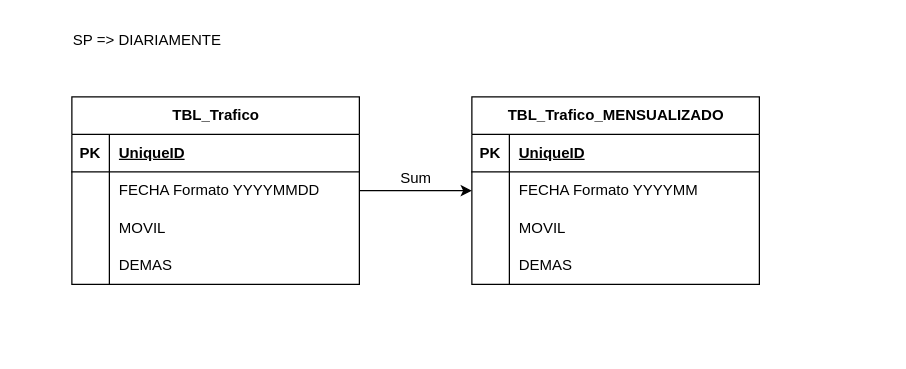
Earlier version of the draw.io diagram TDP_BI_TRAFICO_MOV.drawio (Julio9377/Julio9377). Source tidied: cells renumbered, new cells numbered last; positions are measured from the earlier drawing's top-left corner, leaving out a move shared by most shapes. Both pictures are drawn from the tidied source at 125%, with x=0, y=0 at pixel (59, 21).
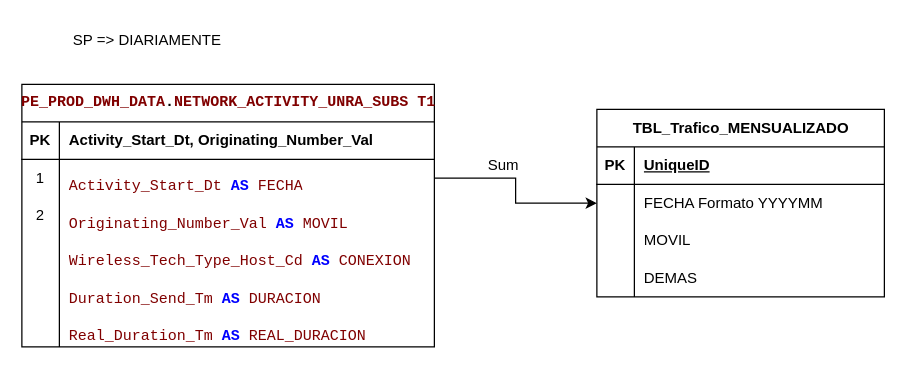
The same diagram, later.

Change to the diagram source:
```diff
@@
-    <mxCell id="2" value="TBL_Trafico" style="shape=table;startSize=30;childLayout=tableLayout;rowLines=0;fontStyle=1;align=center;html=1;" parent="1" vertex="1">
-      <mxGeometry x="10" y="60" width="230" height="150" as="geometry" />
+    <mxCell id="2" value="&lt;pre&gt;&lt;span style=&quot;color: #800000;&quot;&gt;PE_PROD_DWH_DATA&lt;/span&gt;.&lt;span style=&quot;color: #800000;&quot;&gt;NETWORK_ACTIVITY_UNRA_SUBS&lt;/span&gt; &lt;span style=&quot;color: #800000;&quot;&gt;T1&lt;/span&gt;&lt;/pre&gt;" style="shape=table;startSize=30;childLayout=tableLayout;rowLines=0;fontStyle=1;align=center;html=1;" parent="1" vertex="1">
+      <mxGeometry x="-30" y="50" width="330" height="210" as="geometry" />
     </mxCell>
-    <mxCell id="3" style="shape=tableRow;horizontal=0;startSize=0;swimlaneHead=0;swimlaneBody=0;fillColor=none;top=0;left=0;right=0;bottom=1;" parent="2" vertex="1">
-      <mxGeometry y="30" width="230" height="30" as="geometry" />
+    <mxCell id="3" style="shape=tableRow;horizontal=0;startSize=0;swimlaneHead=0;swimlaneBody=0;fillColor=none;top=0;left=0;right=0;bottom=1;fontStyle=0;" parent="2" vertex="1">
+      <mxGeometry y="30" width="330" height="30" as="geometry" />
     </mxCell>
@@
-    <mxCell id="5" value="UniqueID" style="shape=partialRectangle;fillColor=none;top=0;left=0;bottom=0;right=0;align=left;spacingLeft=6;fontStyle=5;overflow=hidden;whiteSpace=wrap;html=1;" parent="3" vertex="1">
-      <mxGeometry x="30" width="200" height="30" as="geometry" />
+    <mxCell id="5" value="Activity_Start_Dt, Originating_Number_Val" style="shape=partialRectangle;fillColor=none;top=0;left=0;bottom=0;right=0;align=left;spacingLeft=6;fontStyle=1;overflow=hidden;whiteSpace=wrap;html=1;" parent="3" vertex="1">
+      <mxGeometry x="30" width="300" height="30" as="geometry" />
     </mxCell>
     <mxCell id="6" style="shape=tableRow;horizontal=0;startSize=0;swimlaneHead=0;swimlaneBody=0;fillColor=none;points=[[0,0.5],[1,0.5]];portConstraint=eastwest;top=0;left=0;right=0;bottom=0;" parent="2" vertex="1">
-      <mxGeometry y="60" width="230" height="30" as="geometry" />
+      <mxGeometry y="60" width="330" height="30" as="geometry" />
     </mxCell>
-    <mxCell id="7" style="shape=partialRectangle;fillColor=none;top=0;left=0;bottom=0;right=0;overflow=hidden;whiteSpace=wrap;html=1;" parent="6" vertex="1">
+    <mxCell id="7" value="1" style="shape=partialRectangle;fillColor=none;top=0;left=0;bottom=0;right=0;overflow=hidden;whiteSpace=wrap;html=1;" parent="6" vertex="1">
       <mxGeometry width="30" height="30" as="geometry" />
     </mxCell>
-    <mxCell id="8" value="FECHA Formato YYYYMMDD" style="shape=partialRectangle;fillColor=none;top=0;left=0;bottom=0;right=0;align=left;spacingLeft=6;overflow=hidden;whiteSpace=wrap;html=1;" parent="6" vertex="1">
-      <mxGeometry x="30" width="200" height="30" as="geometry" />
+    <mxCell id="8" value="&lt;pre&gt;&lt;span style=&quot;color: #800000;&quot;&gt;Activity_Start_Dt&lt;/span&gt;&lt;span style=&quot;color: #000000;&quot;&gt; &lt;/span&gt;&lt;span style=&quot;color: #0000FF; font-weight: bold;&quot;&gt;AS&lt;/span&gt;&lt;span style=&quot;color: #000000;&quot;&gt; &lt;/span&gt;&lt;span style=&quot;color: #800000;&quot;&gt;FECHA&lt;/span&gt;&lt;/pre&gt;" style="shape=partialRectangle;fillColor=none;top=0;left=0;bottom=0;right=0;align=left;spacingLeft=6;overflow=hidden;whiteSpace=wrap;html=1;" parent="6" vertex="1">
+      <mxGeometry x="30" width="300" height="30" as="geometry" />
     </mxCell>
     <mxCell id="9" style="shape=tableRow;horizontal=0;startSize=0;swimlaneHead=0;swimlaneBody=0;fillColor=none;top=0;left=0;right=0;bottom=0;" parent="2" vertex="1">
-      <mxGeometry y="90" width="230" height="30" as="geometry" />
+      <mxGeometry y="90" width="330" height="30" as="geometry" />
     </mxCell>
-    <mxCell id="10" style="shape=partialRectangle;fillColor=none;top=0;left=0;bottom=0;right=0;overflow=hidden;whiteSpace=wrap;html=1;" parent="9" vertex="1">
+    <mxCell id="10" value="2" style="shape=partialRectangle;fillColor=none;top=0;left=0;bottom=0;right=0;overflow=hidden;whiteSpace=wrap;html=1;" parent="9" vertex="1">
       <mxGeometry width="30" height="30" as="geometry" />
     </mxCell>
-    <mxCell id="11" value="MOVIL" style="shape=partialRectangle;fillColor=none;top=0;left=0;bottom=0;right=0;align=left;spacingLeft=6;overflow=hidden;whiteSpace=wrap;html=1;" parent="9" vertex="1">
-      <mxGeometry x="30" width="200" height="30" as="geometry" />
+    <mxCell id="11" value="&lt;pre&gt;&lt;span style=&quot;color: #800000;&quot;&gt;Originating_Number_Val&lt;/span&gt;&lt;span style=&quot;color: #000000;&quot;&gt; &lt;/span&gt;&lt;span style=&quot;color: #0000FF; font-weight: bold;&quot;&gt;AS&lt;/span&gt;&lt;span style=&quot;color: #000000;&quot;&gt; &lt;/span&gt;&lt;span style=&quot;color: #800000;&quot;&gt;MOVIL&lt;/span&gt;&lt;/pre&gt;" style="shape=partialRectangle;fillColor=none;top=0;left=0;bottom=0;right=0;align=left;spacingLeft=6;overflow=hidden;whiteSpace=wrap;html=1;verticalAlign=middle;" parent="9" vertex="1">
+      <mxGeometry x="30" width="300" height="30" as="geometry" />
     </mxCell>
     <mxCell id="12" style="shape=tableRow;horizontal=0;startSize=0;swimlaneHead=0;swimlaneBody=0;fillColor=none;top=0;left=0;right=0;bottom=0;" parent="2" vertex="1">
-      <mxGeometry y="120" width="230" height="30" as="geometry" />
+      <mxGeometry y="120" width="330" height="30" as="geometry" />
     </mxCell>
@@
-    <mxCell id="14" value="DEMAS" style="shape=partialRectangle;fillColor=none;top=0;left=0;bottom=0;right=0;align=left;spacingLeft=6;overflow=hidden;whiteSpace=wrap;html=1;" parent="12" vertex="1">
-      <mxGeometry x="30" width="200" height="30" as="geometry" />
+    <mxCell id="14" value="&lt;pre&gt;&lt;span style=&quot;color: #800000;&quot;&gt;Wireless_Tech_Type_Host_Cd&lt;/span&gt;&lt;span style=&quot;color: #000000;&quot;&gt; &lt;/span&gt;&lt;span style=&quot;color: #0000FF; font-weight: bold;&quot;&gt;AS&lt;/span&gt;&lt;span style=&quot;color: #000000;&quot;&gt; &lt;/span&gt;&lt;span style=&quot;color: #800000;&quot;&gt;CONEXION&lt;/span&gt;&lt;/pre&gt;" style="shape=partialRectangle;fillColor=none;top=0;left=0;bottom=0;right=0;align=left;spacingLeft=6;overflow=hidden;whiteSpace=wrap;html=1;" parent="12" vertex="1">
+      <mxGeometry x="30" width="300" height="30" as="geometry" />
     </mxCell>
+    <mxCell id="31" style="shape=tableRow;horizontal=0;startSize=0;swimlaneHead=0;swimlaneBody=0;fillColor=none;top=0;left=0;right=0;bottom=0;" parent="2" vertex="1">
+      <mxGeometry y="150" width="330" height="30" as="geometry" />
+    </mxCell>
+    <mxCell id="32" style="shape=partialRectangle;fillColor=none;top=0;left=0;bottom=0;right=0;overflow=hidden;whiteSpace=wrap;html=1;" parent="31" vertex="1">
+      <mxGeometry width="30" height="30" as="geometry" />
+    </mxCell>
+    <mxCell id="33" value="&lt;pre&gt;&lt;span style=&quot;color: #800000;&quot;&gt;Duration_Send_Tm&lt;/span&gt;&lt;span style=&quot;color: #000000;&quot;&gt; &lt;/span&gt;&lt;span style=&quot;color: #0000FF; font-weight: bold;&quot;&gt;AS&lt;/span&gt;&lt;span style=&quot;color: #000000;&quot;&gt; &lt;/span&gt;&lt;span style=&quot;color: #800000;&quot;&gt;DURACION&lt;/span&gt;&lt;/pre&gt;" style="shape=partialRectangle;fillColor=none;top=0;left=0;bottom=0;right=0;align=left;spacingLeft=6;overflow=hidden;whiteSpace=wrap;html=1;" parent="31" vertex="1">
+      <mxGeometry x="30" width="300" height="30" as="geometry" />
+    </mxCell>
+    <mxCell id="34" style="shape=tableRow;horizontal=0;startSize=0;swimlaneHead=0;swimlaneBody=0;fillColor=none;top=0;left=0;right=0;bottom=0;" parent="2" vertex="1">
+      <mxGeometry y="180" width="330" height="30" as="geometry" />
+    </mxCell>
+    <mxCell id="35" style="shape=partialRectangle;fillColor=none;top=0;left=0;bottom=0;right=0;overflow=hidden;whiteSpace=wrap;html=1;" parent="34" vertex="1">
+      <mxGeometry width="30" height="30" as="geometry" />
+    </mxCell>
+    <mxCell id="36" value="&lt;pre&gt;&lt;span style=&quot;color: #800000;&quot;&gt;Real_Duration_Tm&lt;/span&gt;&lt;span style=&quot;color: #000000;&quot;&gt; &lt;/span&gt;&lt;span style=&quot;color: #0000FF; font-weight: bold;&quot;&gt;AS&lt;/span&gt;&lt;span style=&quot;color: #000000;&quot;&gt; &lt;/span&gt;&lt;span style=&quot;color: #800000;&quot;&gt;REAL_DURACION&lt;/span&gt;&lt;/pre&gt;" style="shape=partialRectangle;fillColor=none;top=0;left=0;bottom=0;right=0;align=left;spacingLeft=6;overflow=hidden;whiteSpace=wrap;html=1;" parent="34" vertex="1">
+      <mxGeometry x="30" width="300" height="30" as="geometry" />
+    </mxCell>
     <mxCell id="15" value="TBL_Trafico_MENSUALIZADO" style="shape=table;startSize=30;childLayout=tableLayout;rowLines=0;fontStyle=1;align=center;html=1;" parent="1" vertex="1">
-      <mxGeometry x="330" y="60" width="230" height="150" as="geometry" />
+      <mxGeometry x="430" y="70" width="230" height="150" as="geometry" />
     </mxCell>
@@
     <mxCell id="29" value="Sum" style="text;html=1;align=center;verticalAlign=middle;strokeColor=none;fillColor=none;" parent="1" vertex="1">
-      <mxGeometry x="260" y="110" width="50" height="30" as="geometry" />
+      <mxGeometry x="330" y="100" width="50" height="30" as="geometry" />
     </mxCell>
```
